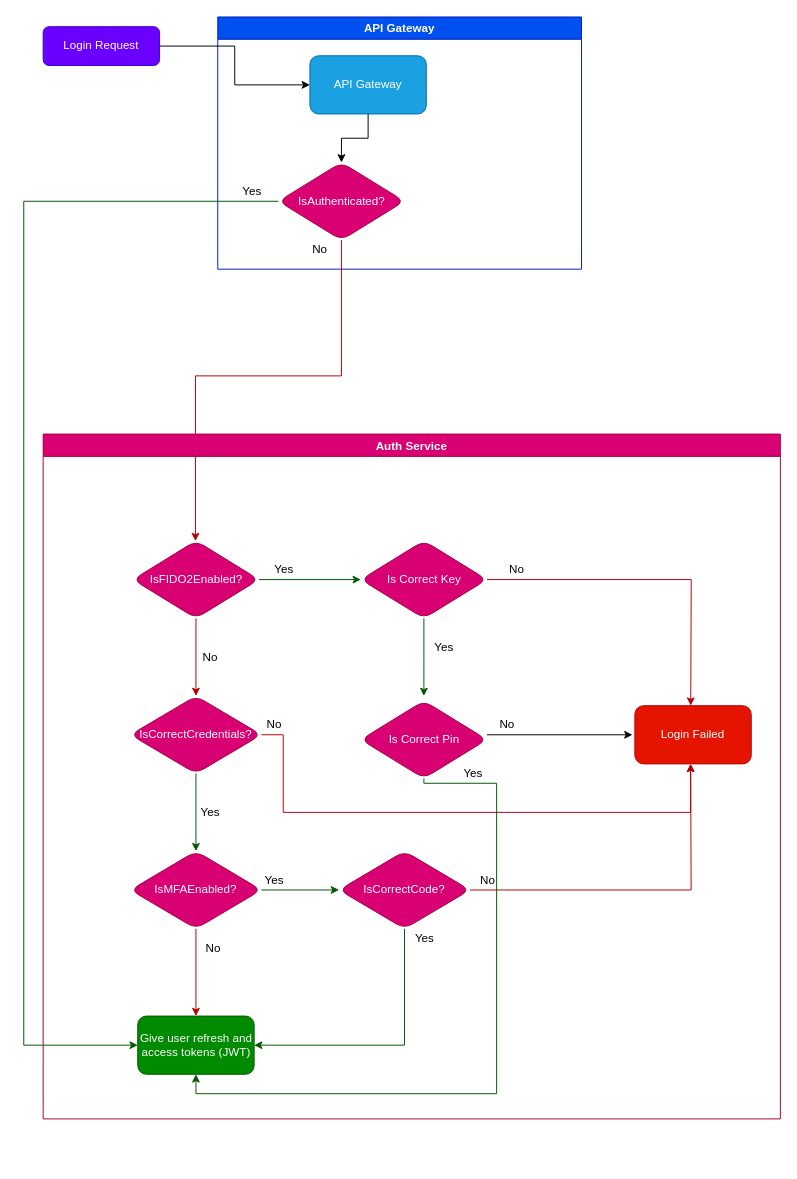
rittaschool/diagrams keeps this draw.io diagram as login-flow.drawio. Above is the earlier version. Source tidied: cells renumbered, new cells numbered last; positions are measured from the earlier drawing's top-left corner, leaving out a move shared by most shapes. Both pictures are drawn from the tidied source at 97%, with x=0, y=0 at pixel (23, 16).
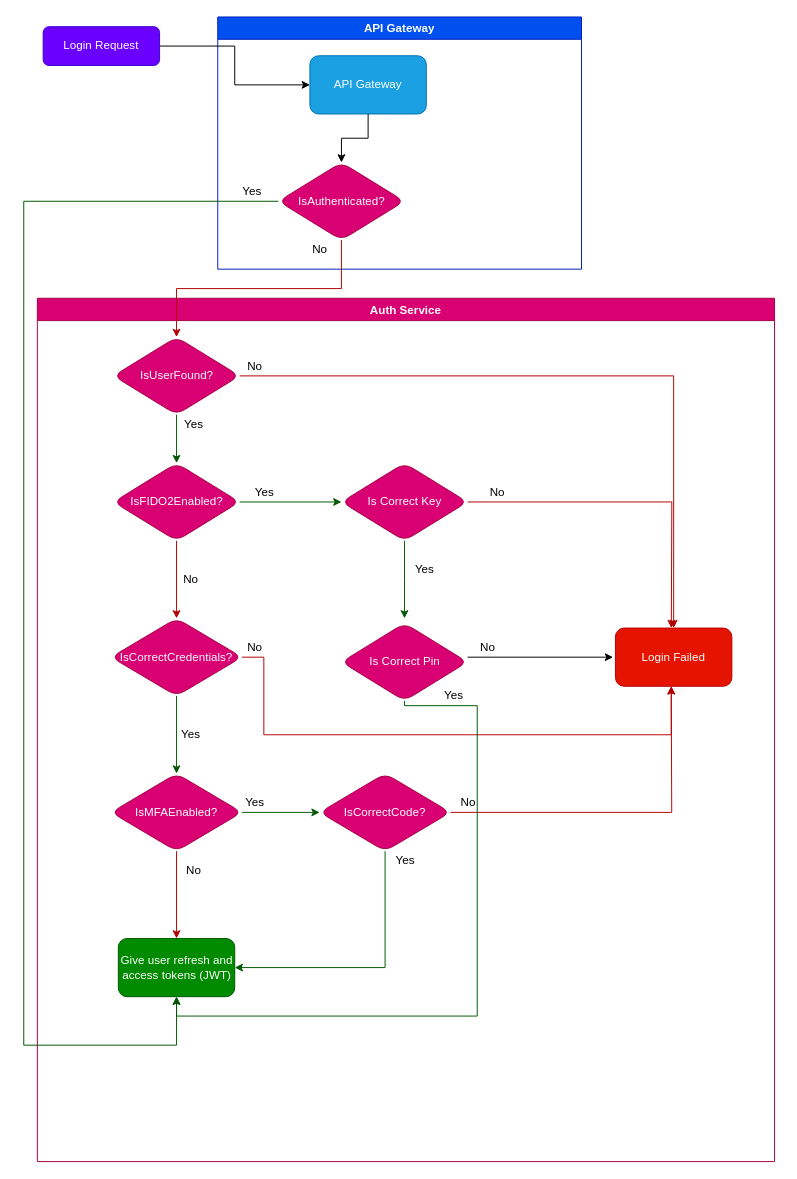
The same page after the edit.

Unchanged cells that the change refers to:
```xml
<mxCell id="4" value="IsAuthenticated?" style="rhombus;whiteSpace=wrap;html=1;rounded=1;fillColor=#d80073;fontColor=#ffffff;strokeColor=#A50040;" parent="2" vertex="1">
  <mxGeometry x="62.5" y="150" width="130" height="80" as="geometry" />
</mxCell>
```

What changed in the source:
```diff
@@
-    <mxCell id="10" style="edgeStyle=orthogonalEdgeStyle;rounded=0;jettySize=auto;html=1;fillColor=#e51400;strokeColor=#B20000;" parent="1" edge="1" source="4" target="12">
-      <mxGeometry relative="1" as="geometry">
-        <Array as="points">
-          <mxPoint x="327" y="370" />
-          <mxPoint x="177" y="370" />
-        </Array>
-      </mxGeometry>
-    </mxCell>
     <mxCell id="11" value="Auth Service" style="swimlane;rounded=0;shadow=0;labelBackgroundColor=none;strokeWidth=1;fillColor=#d80073;fontColor=#ffffff;strokeColor=#A50040;" parent="1" vertex="1">
-      <mxGeometry x="20" y="430" width="760" height="706" as="geometry" />
+      <mxGeometry x="14" y="290" width="760" height="890" as="geometry" />
     </mxCell>
     <mxCell id="12" value="IsFIDO2Enabled?" style="rhombus;whiteSpace=wrap;html=1;rounded=1;fillColor=#d80073;fontColor=#ffffff;strokeColor=#A50040;" parent="11" vertex="1">
-      <mxGeometry x="92.5" y="110" width="130" height="80" as="geometry" />
+      <mxGeometry x="78.5" y="170" width="130" height="80" as="geometry" />
     </mxCell>
     <mxCell id="13" value="Yes" style="text;html=1;align=center;verticalAlign=middle;strokeColor=none;fillColor=none;" parent="11" vertex="1">
-      <mxGeometry x="232.5" y="130" width="30" height="20" as="geometry" />
+      <mxGeometry x="218.5" y="190" width="30" height="20" as="geometry" />
     </mxCell>
     <mxCell id="14" style="edgeStyle=orthogonalEdgeStyle;rounded=0;jettySize=auto;html=1;fillColor=#e51400;strokeColor=#B20000;" parent="11" edge="1" source="16">
       <mxGeometry relative="1" as="geometry">
-        <mxPoint x="667.6" y="280" as="targetPoint" />
+        <mxPoint x="653.6" y="340" as="targetPoint" />
       </mxGeometry>
     </mxCell>
     <mxCell id="15" style="edgeStyle=orthogonalEdgeStyle;rounded=0;jettySize=auto;html=1;fillColor=#008a00;strokeColor=#005700;" parent="11" edge="1" source="16">
       <mxGeometry relative="1" as="geometry">
-        <mxPoint x="392.5" y="270" as="targetPoint" />
+        <mxPoint x="378.5" y="330" as="targetPoint" />
       </mxGeometry>
     </mxCell>
     <mxCell id="16" value="Is Correct Key" style="rhombus;whiteSpace=wrap;html=1;rounded=1;fillColor=#d80073;fontColor=#ffffff;strokeColor=#A50040;" parent="11" vertex="1">
-      <mxGeometry x="327.5" y="110" width="130" height="80" as="geometry" />
+      <mxGeometry x="313.5" y="170" width="130" height="80" as="geometry" />
     </mxCell>
@@
     <mxCell id="18" value="No" style="text;html=1;align=center;verticalAlign=middle;strokeColor=none;fillColor=none;" parent="11" vertex="1">
-      <mxGeometry x="472.5" y="130" width="30" height="20" as="geometry" />
+      <mxGeometry x="458.5" y="190" width="30" height="20" as="geometry" />
     </mxCell>
     <mxCell id="19" style="edgeStyle=orthogonalEdgeStyle;rounded=0;orthogonalLoop=1;jettySize=auto;html=1;exitX=1;exitY=0.5;exitDx=0;exitDy=0;" parent="11" edge="1">
       <mxGeometry relative="1" as="geometry">
-        <mxPoint x="457.5" y="310" as="sourcePoint" />
-        <mxPoint x="607.5" y="310" as="targetPoint" />
+        <mxPoint x="443.5" y="370" as="sourcePoint" />
+        <mxPoint x="593.5" y="370" as="targetPoint" />
       </mxGeometry>
     </mxCell>
     <mxCell id="20" value="Is Correct Pin" style="rhombus;whiteSpace=wrap;html=1;rounded=1;fillColor=#d80073;fontColor=#ffffff;strokeColor=#A50040;" parent="11" vertex="1">
-      <mxGeometry x="327.5" y="275" width="130" height="80" as="geometry" />
+      <mxGeometry x="313.5" y="335" width="130" height="80" as="geometry" />
     </mxCell>
     <mxCell id="21" value="Yes" style="text;html=1;align=center;verticalAlign=middle;strokeColor=none;fillColor=none;" parent="11" vertex="1">
-      <mxGeometry x="397.5" y="210" width="30" height="20" as="geometry" />
+      <mxGeometry x="383.5" y="270" width="30" height="20" as="geometry" />
     </mxCell>
     <mxCell id="22" value="No" style="text;html=1;align=center;verticalAlign=middle;strokeColor=none;fillColor=none;" parent="11" vertex="1">
-      <mxGeometry x="462.5" y="290" width="30" height="20" as="geometry" />
+      <mxGeometry x="448.5" y="350" width="30" height="20" as="geometry" />
     </mxCell>
     <mxCell id="23" style="edgeStyle=orthogonalEdgeStyle;rounded=0;jettySize=auto;html=1;exitX=1;exitY=0.5;exitDx=0;exitDy=0;entryX=0.5;entryY=1;entryDx=0;entryDy=0;fillColor=#e51400;strokeColor=#B20000;" parent="11" edge="1" source="24">
       <mxGeometry relative="1" as="geometry">
-        <mxPoint x="667.5" y="340" as="targetPoint" />
+        <mxPoint x="653.5" y="400" as="targetPoint" />
         <Array as="points">
-          <mxPoint x="247.5" y="310" />
-          <mxPoint x="247.5" y="390" />
-          <mxPoint x="667.5" y="390" />
+          <mxPoint x="233.5" y="370" />
+          <mxPoint x="233.5" y="450" />
+          <mxPoint x="653.5" y="450" />
         </Array>
       </mxGeometry>
     </mxCell>
     <mxCell id="24" value="IsCorrectCredentials?" style="rhombus;whiteSpace=wrap;html=1;rounded=1;fillColor=#d80073;fontColor=#ffffff;strokeColor=#A50040;" parent="11" vertex="1">
-      <mxGeometry x="90" y="270" width="135" height="80" as="geometry" />
+      <mxGeometry x="76" y="330" width="135" height="80" as="geometry" />
     </mxCell>
@@
     <mxCell id="26" value="No" style="text;html=1;align=center;verticalAlign=middle;strokeColor=none;fillColor=none;" parent="11" vertex="1">
-      <mxGeometry x="156.5" y="220" width="30" height="20" as="geometry" />
+      <mxGeometry x="142.5" y="280" width="30" height="20" as="geometry" />
     </mxCell>
     <mxCell id="27" value="No" style="text;html=1;align=center;verticalAlign=middle;strokeColor=none;fillColor=none;" parent="11" vertex="1">
-      <mxGeometry x="222.5" y="290" width="30" height="20" as="geometry" />
+      <mxGeometry x="208.5" y="350" width="30" height="20" as="geometry" />
     </mxCell>
     <mxCell id="28" value="IsMFAEnabled?" style="rhombus;whiteSpace=wrap;html=1;rounded=1;fillColor=#d80073;fontColor=#ffffff;strokeColor=#A50040;" parent="11" vertex="1">
-      <mxGeometry x="90" y="430" width="135" height="80" as="geometry" />
+      <mxGeometry x="76" y="490" width="135" height="80" as="geometry" />
     </mxCell>
@@
     <mxCell id="30" value="Yes" style="text;html=1;align=center;verticalAlign=middle;strokeColor=none;fillColor=none;" parent="11" vertex="1">
-      <mxGeometry x="156.5" y="380" width="30" height="20" as="geometry" />
+      <mxGeometry x="142.5" y="440" width="30" height="20" as="geometry" />
     </mxCell>
     <mxCell id="31" style="edgeStyle=orthogonalEdgeStyle;rounded=0;jettySize=auto;html=1;exitX=1;exitY=0.5;exitDx=0;exitDy=0;entryX=0.5;entryY=1;entryDx=0;entryDy=0;fillColor=#e51400;strokeColor=#B20000;" parent="11" edge="1" source="32">
       <mxGeometry relative="1" as="geometry">
-        <mxPoint x="667.5" y="340" as="targetPoint" />
+        <mxPoint x="653.5" y="400" as="targetPoint" />
       </mxGeometry>
     </mxCell>
     <mxCell id="32" value="IsCorrectCode?" style="rhombus;whiteSpace=wrap;html=1;rounded=1;fillColor=#d80073;fontColor=#ffffff;strokeColor=#A50040;" parent="11" vertex="1">
-      <mxGeometry x="305" y="430" width="135" height="80" as="geometry" />
+      <mxGeometry x="291" y="490" width="135" height="80" as="geometry" />
     </mxCell>
@@
     <mxCell id="34" value="Yes" style="text;html=1;align=center;verticalAlign=middle;strokeColor=none;fillColor=none;" parent="11" vertex="1">
-      <mxGeometry x="222.5" y="450" width="30" height="20" as="geometry" />
+      <mxGeometry x="208.5" y="510" width="30" height="20" as="geometry" />
     </mxCell>
     <mxCell id="35" value="No" style="text;html=1;align=center;verticalAlign=middle;strokeColor=none;fillColor=none;" parent="11" vertex="1">
-      <mxGeometry x="442.5" y="450" width="30" height="20" as="geometry" />
+      <mxGeometry x="428.5" y="510" width="30" height="20" as="geometry" />
     </mxCell>
     <mxCell id="36" value="Give user refresh and access tokens (JWT)" style="whiteSpace=wrap;html=1;rounded=1;fillColor=#008a00;fontColor=#ffffff;strokeColor=#005700;" parent="11" vertex="1">
-      <mxGeometry x="97.5" y="600" width="120" height="60" as="geometry" />
+      <mxGeometry x="83.5" y="660" width="120" height="60" as="geometry" />
     </mxCell>
     <mxCell id="37" style="edgeStyle=orthogonalEdgeStyle;rounded=0;jettySize=auto;html=1;exitX=0.5;exitY=1;exitDx=0;exitDy=0;entryX=0.5;entryY=1;entryDx=0;entryDy=0;fillColor=#008a00;strokeColor=#005700;" parent="11" edge="1" source="20" target="36">
       <mxGeometry relative="1" as="geometry">
         <Array as="points">
-          <mxPoint x="392.5" y="360" />
-          <mxPoint x="467.5" y="360" />
-          <mxPoint x="467.5" y="680" />
-          <mxPoint x="157.5" y="680" />
+          <mxPoint x="378.5" y="420" />
+          <mxPoint x="453.5" y="420" />
+          <mxPoint x="453.5" y="740" />
+          <mxPoint x="143.5" y="740" />
         </Array>
       </mxGeometry>
     </mxCell>
@@
     <mxCell id="39" style="edgeStyle=orthogonalEdgeStyle;rounded=0;jettySize=auto;html=1;entryX=1;entryY=0.5;entryDx=0;entryDy=0;fillColor=#008a00;strokeColor=#005700;" parent="11" edge="1" source="32" target="36">
       <mxGeometry relative="1" as="geometry">
         <Array as="points">
-          <mxPoint x="372.5" y="630" />
+          <mxPoint x="358.5" y="690" />
         </Array>
       </mxGeometry>
     </mxCell>
     <mxCell id="40" value="Yes" style="text;html=1;align=center;verticalAlign=middle;strokeColor=none;fillColor=none;" parent="11" vertex="1">
-      <mxGeometry x="377.5" y="510" width="30" height="20" as="geometry" />
+      <mxGeometry x="363.5" y="570" width="30" height="20" as="geometry" />
     </mxCell>
     <mxCell id="41" value="Yes" style="text;html=1;align=center;verticalAlign=middle;strokeColor=none;fillColor=none;" parent="11" vertex="1">
-      <mxGeometry x="427.5" y="340" width="30" height="20" as="geometry" />
+      <mxGeometry x="413.5" y="400" width="30" height="20" as="geometry" />
     </mxCell>
     <mxCell id="42" value="Login Failed" style="whiteSpace=wrap;html=1;rounded=1;fillColor=#e51400;fontColor=#ffffff;strokeColor=#B20000;" parent="11" vertex="1">
-      <mxGeometry x="610" y="280" width="120" height="60" as="geometry" />
+      <mxGeometry x="596" y="340" width="120" height="60" as="geometry" />
     </mxCell>
     <mxCell id="43" value="No" style="text;html=1;align=center;verticalAlign=middle;strokeColor=none;fillColor=none;" parent="11" vertex="1">
-      <mxGeometry x="160" y="520" width="30" height="20" as="geometry" />
+      <mxGeometry x="146" y="580" width="30" height="20" as="geometry" />
     </mxCell>
+    <mxCell id="45" style="edgeStyle=orthogonalEdgeStyle;rounded=0;jettySize=auto;html=1;exitX=0.5;exitY=1;exitDx=0;exitDy=0;entryX=0.5;entryY=0;entryDx=0;entryDy=0;strokeWidth=1;fillColor=#008a00;strokeColor=#005700;" parent="11" edge="1" source="47" target="12">
+      <mxGeometry relative="1" as="geometry" />
+    </mxCell>
+    <mxCell id="46" style="edgeStyle=orthogonalEdgeStyle;rounded=0;jettySize=auto;html=1;exitX=1;exitY=0.5;exitDx=0;exitDy=0;strokeWidth=1;fillColor=#e51400;strokeColor=#B20000;" parent="11" edge="1" source="47" target="42">
+      <mxGeometry relative="1" as="geometry" />
+    </mxCell>
+    <mxCell id="47" value="IsUserFound?" style="rhombus;whiteSpace=wrap;html=1;rounded=1;fillColor=#d80073;fontColor=#ffffff;strokeColor=#A50040;" parent="11" vertex="1">
+      <mxGeometry x="78.5" y="40" width="130" height="80" as="geometry" />
+    </mxCell>
+    <mxCell id="48" value="Yes" style="text;html=1;align=center;verticalAlign=middle;strokeColor=none;fillColor=none;" parent="11" vertex="1">
+      <mxGeometry x="146" y="120" width="30" height="20" as="geometry" />
+    </mxCell>
+    <mxCell id="49" value="No" style="text;html=1;align=center;verticalAlign=middle;strokeColor=none;fillColor=none;" parent="11" vertex="1">
+      <mxGeometry x="208.5" y="60" width="30" height="20" as="geometry" />
+    </mxCell>
@@
+    <mxCell id="50" style="edgeStyle=orthogonalEdgeStyle;rounded=0;jettySize=auto;html=1;exitX=0.5;exitY=1;exitDx=0;exitDy=0;strokeWidth=1;fillColor=#e51400;strokeColor=#B20000;" parent="1" edge="1" source="4" target="47">
+      <mxGeometry relative="1" as="geometry" />
+    </mxCell>
```
